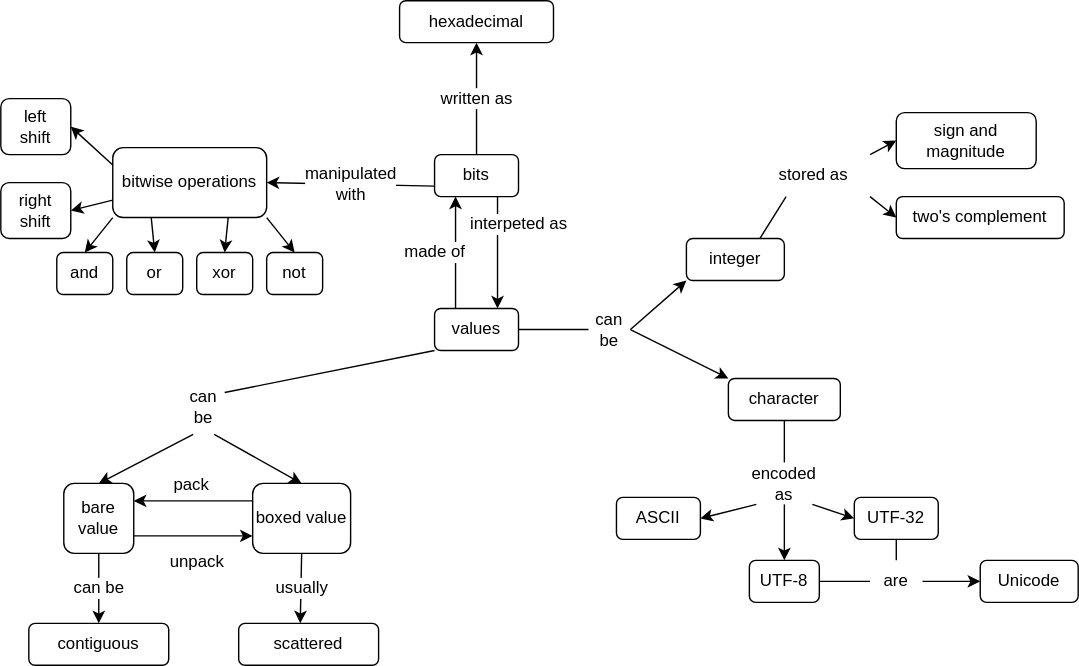
The draw.io diagram sdxpy/binary/concept_map.svg in gvwilson/thirdbit, before a commit. Source tidied: cells renumbered, new cells last; positions are measured from the earlier drawing's top-left corner, leaving out a move shared by most shapes.
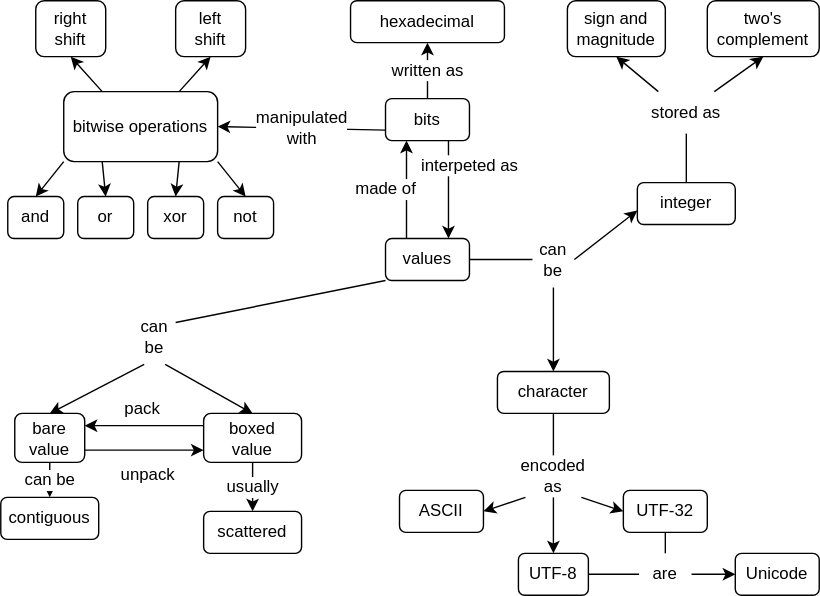
Above is the later version.

The edit, as a diff of the source:
```diff
@@ -3,22 +3,22 @@
     <mxCell id="0" />
     <mxCell id="1" parent="0" />
     <mxCell id="2" value="sign and magnitude" style="rounded=1;whiteSpace=wrap;html=1;labelBackgroundColor=none;sketch=0;fontFamily=Helvetica;fontSize=12;fillColor=none;" parent="1" vertex="1">
-      <mxGeometry x="640" y="80" width="100" height="40" as="geometry" />
+      <mxGeometry x="440" y="40" width="70" height="40" as="geometry" />
     </mxCell>
-    <mxCell id="3" value="two's complement" style="rounded=1;whiteSpace=wrap;html=1;labelBackgroundColor=none;sketch=0;fontFamily=Helvetica;fontSize=12;fillColor=none;" parent="1" vertex="1">
-      <mxGeometry x="640" y="140" width="120" height="30" as="geometry" />
+    <mxCell id="3" value="two's&lt;br&gt;complement" style="rounded=1;whiteSpace=wrap;html=1;labelBackgroundColor=none;sketch=0;fontFamily=Helvetica;fontSize=12;fillColor=none;" parent="1" vertex="1">
+      <mxGeometry x="540" y="40" width="80" height="40" as="geometry" />
     </mxCell>
     <mxCell id="4" value="integer" style="rounded=1;whiteSpace=wrap;html=1;labelBackgroundColor=none;sketch=0;fontFamily=Helvetica;fontSize=12;fillColor=none;" parent="1" vertex="1">
       <mxGeometry x="490" y="170" width="70" height="30" as="geometry" />
     </mxCell>
     <mxCell id="5" value="character" style="rounded=1;whiteSpace=wrap;html=1;labelBackgroundColor=none;sketch=0;fontFamily=Helvetica;fontSize=12;fillColor=none;" parent="1" vertex="1">
-      <mxGeometry x="520" y="270" width="80" height="30" as="geometry" />
+      <mxGeometry x="390" y="305" width="80" height="30" as="geometry" />
     </mxCell>
     <mxCell id="6" value="bits" style="rounded=1;whiteSpace=wrap;html=1;labelBackgroundColor=none;sketch=0;fontFamily=Helvetica;fontSize=12;fillColor=none;" parent="1" vertex="1">
       <mxGeometry x="310" y="110" width="60" height="30" as="geometry" />
     </mxCell>
     <mxCell id="7" value="hexadecimal" style="rounded=1;whiteSpace=wrap;html=1;labelBackgroundColor=none;sketch=0;fontFamily=Helvetica;fontSize=12;fillColor=none;" parent="1" vertex="1">
-      <mxGeometry x="285" width="110" height="30" as="geometry" />
+      <mxGeometry x="285" y="40" width="110" height="30" as="geometry" />
     </mxCell>
     <mxCell id="8" value="bitwise operations" style="rounded=1;whiteSpace=wrap;html=1;labelBackgroundColor=none;sketch=0;fontFamily=Helvetica;fontSize=12;fillColor=none;" parent="1" vertex="1">
       <mxGeometry x="80" y="105" width="110" height="50" as="geometry" />
@@ -35,56 +35,58 @@
     <mxCell id="12" value="not" style="rounded=1;whiteSpace=wrap;html=1;labelBackgroundColor=none;sketch=0;fontFamily=Helvetica;fontSize=12;fillColor=none;" parent="1" vertex="1">
       <mxGeometry x="190" y="180" width="40" height="30" as="geometry" />
     </mxCell>
-    <mxCell id="13" value="left&lt;br&gt;shift" style="rounded=1;whiteSpace=wrap;html=1;labelBackgroundColor=none;sketch=0;fontFamily=Helvetica;fontSize=12;fillColor=none;" parent="1" vertex="1">
-      <mxGeometry y="70" width="50" height="40" as="geometry" />
+    <mxCell id="13" value="left&lt;br style=&quot;font-size: 12px;&quot;&gt;shift" style="rounded=1;whiteSpace=wrap;html=1;labelBackgroundColor=none;sketch=0;fontFamily=Helvetica;fontSize=12;fillColor=none;" parent="1" vertex="1">
+      <mxGeometry x="160" y="40" width="50" height="40" as="geometry" />
     </mxCell>
-    <mxCell id="14" value="right&lt;br&gt;shift" style="rounded=1;whiteSpace=wrap;html=1;labelBackgroundColor=none;sketch=0;fontFamily=Helvetica;fontSize=12;fillColor=none;" parent="1" vertex="1">
-      <mxGeometry y="130" width="50" height="40" as="geometry" />
+    <mxCell id="14" value="right&lt;br style=&quot;font-size: 12px;&quot;&gt;shift" style="rounded=1;whiteSpace=wrap;html=1;labelBackgroundColor=none;sketch=0;fontFamily=Helvetica;fontSize=12;fillColor=none;" parent="1" vertex="1">
+      <mxGeometry x="60" y="40" width="50" height="40" as="geometry" />
     </mxCell>
     <mxCell id="15" value="ASCII" style="rounded=1;whiteSpace=wrap;html=1;labelBackgroundColor=none;sketch=0;fontFamily=Helvetica;fontSize=12;fillColor=none;" parent="1" vertex="1">
-      <mxGeometry x="440" y="355" width="60" height="30" as="geometry" />
+      <mxGeometry x="320" y="390" width="60" height="30" as="geometry" />
     </mxCell>
     <mxCell id="16" value="UTF-8" style="rounded=1;whiteSpace=wrap;html=1;labelBackgroundColor=none;sketch=0;fontFamily=Helvetica;fontSize=12;fillColor=none;" parent="1" vertex="1">
-      <mxGeometry x="535" y="400" width="50" height="30" as="geometry" />
+      <mxGeometry x="405" y="435" width="50" height="30" as="geometry" />
     </mxCell>
     <mxCell id="17" value="UTF-32" style="rounded=1;whiteSpace=wrap;html=1;labelBackgroundColor=none;sketch=0;fontFamily=Helvetica;fontSize=12;fillColor=none;" parent="1" vertex="1">
-      <mxGeometry x="610" y="355" width="60" height="30" as="geometry" />
+      <mxGeometry x="480" y="390" width="60" height="30" as="geometry" />
     </mxCell>
     <mxCell id="18" value="Unicode" style="rounded=1;whiteSpace=wrap;html=1;labelBackgroundColor=none;sketch=0;fontFamily=Helvetica;fontSize=12;fillColor=none;" parent="1" vertex="1">
-      <mxGeometry x="700" y="400" width="70" height="30" as="geometry" />
+      <mxGeometry x="560" y="435" width="60" height="30" as="geometry" />
     </mxCell>
     <mxCell id="19" value="bare value" style="rounded=1;whiteSpace=wrap;html=1;labelBackgroundColor=none;sketch=0;fontFamily=Helvetica;fontSize=12;fillColor=none;" parent="1" vertex="1">
-      <mxGeometry x="45" y="345" width="50" height="50" as="geometry" />
+      <mxGeometry x="45" y="335" width="50" height="35" as="geometry" />
     </mxCell>
-    <mxCell id="20" value="boxed value" style="rounded=1;whiteSpace=wrap;html=1;labelBackgroundColor=none;sketch=0;fontFamily=Helvetica;fontSize=12;fillColor=none;" parent="1" vertex="1">
-      <mxGeometry x="180" y="345" width="70" height="50" as="geometry" />
+    <mxCell id="20" value="boxed&lt;br&gt;value" style="rounded=1;whiteSpace=wrap;html=1;labelBackgroundColor=none;sketch=0;fontFamily=Helvetica;fontSize=12;fillColor=none;" parent="1" vertex="1">
+      <mxGeometry x="180" y="335" width="70" height="35" as="geometry" />
     </mxCell>
     <mxCell id="21" value="contiguous" style="rounded=1;whiteSpace=wrap;html=1;labelBackgroundColor=none;sketch=0;fontFamily=Helvetica;fontSize=12;fillColor=none;" parent="1" vertex="1">
-      <mxGeometry x="20" y="445" width="100" height="30" as="geometry" />
+      <mxGeometry x="35" y="395" width="70" height="30" as="geometry" />
     </mxCell>
     <mxCell id="22" value="scattered" style="rounded=1;whiteSpace=wrap;html=1;labelBackgroundColor=none;sketch=0;fontFamily=Helvetica;fontSize=12;fillColor=none;" parent="1" vertex="1">
-      <mxGeometry x="170" y="445" width="100" height="30" as="geometry" />
+      <mxGeometry x="180" y="405" width="70" height="30" as="geometry" />
     </mxCell>
-    <mxCell id="23" style="endArrow=classic;html=1;rounded=1;sketch=0;fontFamily=Helvetica;fontSize=12;entryX=0;entryY=1;entryDx=0;entryDy=0;exitX=1;exitY=0.5;exitDx=0;exitDy=0;" parent="1" edge="1" source="48" target="4">
-      <mxGeometry relative="1" as="geometry" />
+    <mxCell id="23" style="endArrow=classic;html=1;rounded=1;sketch=0;fontFamily=Helvetica;fontSize=12;entryX=0;entryY=1;entryDx=0;entryDy=0;exitX=1;exitY=0.5;exitDx=0;exitDy=0;" parent="1" edge="1" source="48">
+      <mxGeometry relative="1" as="geometry">
+        <mxPoint x="490" y="190" as="targetPoint" />
+      </mxGeometry>
     </mxCell>
-    <mxCell id="24" style="endArrow=classic;html=1;rounded=1;sketch=0;fontFamily=Helvetica;fontSize=12;entryX=0;entryY=0;entryDx=0;entryDy=0;exitX=1;exitY=0.5;exitDx=0;exitDy=0;" parent="1" edge="1" source="48" target="5">
+    <mxCell id="24" style="endArrow=classic;html=1;rounded=1;sketch=0;fontFamily=Helvetica;fontSize=12;entryX=0.5;entryY=0;entryDx=0;entryDy=0;exitX=0.5;exitY=1;exitDx=0;exitDy=0;" parent="1" edge="1" source="48" target="5">
       <mxGeometry relative="1" as="geometry" />
     </mxCell>
     <mxCell id="25" value="stored as" style="text;html=1;strokeColor=none;fillColor=none;align=center;verticalAlign=middle;whiteSpace=wrap;rounded=0;labelBackgroundColor=none;sketch=1;fontFamily=Helvetica;fontSize=12;" parent="1" vertex="1">
-      <mxGeometry x="541.2" y="110" width="80" height="30" as="geometry" />
+      <mxGeometry x="485" y="105" width="80" height="30" as="geometry" />
     </mxCell>
-    <mxCell id="26" style="endArrow=none;html=1;rounded=1;sketch=0;fontFamily=Helvetica;fontSize=12;entryX=0.25;entryY=1;entryDx=0;entryDy=0;exitX=0.75;exitY=0;exitDx=0;exitDy=0;" parent="1" edge="1" source="4" target="25">
+    <mxCell id="26" style="endArrow=none;html=1;rounded=1;sketch=0;fontFamily=Helvetica;fontSize=12;entryX=0.5;entryY=1;entryDx=0;entryDy=0;exitX=0.5;exitY=0;exitDx=0;exitDy=0;" parent="1" edge="1" source="4" target="25">
       <mxGeometry relative="1" as="geometry" />
     </mxCell>
-    <mxCell id="27" style="endArrow=classic;html=1;rounded=1;sketch=0;fontFamily=Helvetica;fontSize=12;entryX=0;entryY=0.5;entryDx=0;entryDy=0;exitX=1;exitY=0;exitDx=0;exitDy=0;" parent="1" edge="1" source="25" target="2">
+    <mxCell id="27" style="endArrow=classic;html=1;rounded=1;sketch=0;fontFamily=Helvetica;fontSize=12;entryX=0.5;entryY=1;entryDx=0;entryDy=0;exitX=0.25;exitY=0;exitDx=0;exitDy=0;" parent="1" edge="1" source="25" target="2">
       <mxGeometry relative="1" as="geometry" />
     </mxCell>
-    <mxCell id="28" style="endArrow=classic;html=1;rounded=1;sketch=0;fontFamily=Helvetica;fontSize=12;entryX=0;entryY=0.5;entryDx=0;entryDy=0;exitX=1;exitY=1;exitDx=0;exitDy=0;" parent="1" edge="1" source="25" target="3">
+    <mxCell id="28" style="endArrow=classic;html=1;rounded=1;sketch=0;fontFamily=Helvetica;fontSize=12;entryX=0.5;entryY=1;entryDx=0;entryDy=0;exitX=0.75;exitY=0;exitDx=0;exitDy=0;" parent="1" edge="1" source="25" target="3">
       <mxGeometry relative="1" as="geometry" />
     </mxCell>
-    <mxCell id="29" value="encoded&lt;br&gt;as" style="text;html=1;strokeColor=none;fillColor=none;align=center;verticalAlign=middle;whiteSpace=wrap;rounded=0;labelBackgroundColor=none;sketch=1;fontFamily=Helvetica;fontSize=12;" parent="1" vertex="1">
-      <mxGeometry x="520" y="330" width="80" height="30" as="geometry" />
+    <mxCell id="29" value="encoded&lt;br style=&quot;font-size: 12px;&quot;&gt;as" style="text;html=1;strokeColor=none;fillColor=none;align=center;verticalAlign=middle;whiteSpace=wrap;rounded=0;labelBackgroundColor=none;sketch=1;fontFamily=Helvetica;fontSize=12;" parent="1" vertex="1">
+      <mxGeometry x="390" y="365" width="80" height="30" as="geometry" />
     </mxCell>
     <mxCell id="30" style="endArrow=none;html=1;rounded=1;sketch=0;fontFamily=Helvetica;fontSize=12;entryX=0.5;entryY=1;entryDx=0;entryDy=0;exitX=0.5;exitY=0;exitDx=0;exitDy=0;" parent="1" edge="1" source="29" target="5">
       <mxGeometry relative="1" as="geometry" />
@@ -99,7 +101,7 @@
       <mxGeometry relative="1" as="geometry" />
     </mxCell>
     <mxCell id="34" value="are" style="text;html=1;strokeColor=none;fillColor=none;align=center;verticalAlign=middle;whiteSpace=wrap;rounded=0;labelBackgroundColor=none;sketch=1;fontFamily=Helvetica;fontSize=12;" parent="1" vertex="1">
-      <mxGeometry x="621.2" y="400" width="37.5" height="30" as="geometry" />
+      <mxGeometry x="491.2" y="435" width="37.5" height="30" as="geometry" />
     </mxCell>
     <mxCell id="35" style="endArrow=none;html=1;rounded=1;sketch=0;fontFamily=Helvetica;fontSize=12;exitX=1;exitY=0.5;exitDx=0;exitDy=0;entryX=0;entryY=0.5;entryDx=0;entryDy=0;" parent="1" edge="1" source="16" target="34">
       <mxGeometry relative="1" as="geometry" />
@@ -113,13 +115,13 @@
     <mxCell id="38" value="written as" style="endArrow=classic;html=1;rounded=1;sketch=0;fontFamily=Helvetica;fontSize=12;entryX=0.5;entryY=1;entryDx=0;entryDy=0;" parent="1" edge="1" source="6" target="7">
       <mxGeometry relative="1" as="geometry" />
     </mxCell>
-    <mxCell id="39" value="manipulated&lt;br&gt;with" style="endArrow=classic;html=1;rounded=1;sketch=0;fontFamily=Helvetica;fontSize=12;entryX=1;entryY=0.5;entryDx=0;entryDy=0;exitX=0;exitY=0.75;exitDx=0;exitDy=0;" parent="1" edge="1" source="6" target="8">
+    <mxCell id="39" value="manipulated&lt;br style=&quot;font-size: 12px;&quot;&gt;with" style="endArrow=classic;html=1;rounded=1;sketch=0;fontFamily=Helvetica;fontSize=12;entryX=1;entryY=0.5;entryDx=0;entryDy=0;exitX=0;exitY=0.75;exitDx=0;exitDy=0;" parent="1" edge="1" source="6" target="8">
       <mxGeometry relative="1" as="geometry" />
     </mxCell>
-    <mxCell id="40" style="endArrow=classic;html=1;rounded=1;sketch=0;fontFamily=Helvetica;fontSize=12;entryX=1;entryY=0.5;entryDx=0;entryDy=0;exitX=0;exitY=0.25;exitDx=0;exitDy=0;" parent="1" edge="1" source="8" target="13">
+    <mxCell id="40" style="endArrow=classic;html=1;rounded=1;sketch=0;fontFamily=Helvetica;fontSize=12;entryX=0.5;entryY=1;entryDx=0;entryDy=0;exitX=0.75;exitY=0;exitDx=0;exitDy=0;" parent="1" edge="1" source="8" target="13">
       <mxGeometry relative="1" as="geometry" />
     </mxCell>
-    <mxCell id="41" style="endArrow=classic;html=1;rounded=1;sketch=0;fontFamily=Helvetica;fontSize=12;entryX=1;entryY=0.5;entryDx=0;entryDy=0;exitX=0;exitY=0.75;exitDx=0;exitDy=0;" parent="1" edge="1" source="8" target="14">
+    <mxCell id="41" style="endArrow=classic;html=1;rounded=1;sketch=0;fontFamily=Helvetica;fontSize=12;entryX=0.5;entryY=1;entryDx=0;entryDy=0;exitX=0.25;exitY=0;exitDx=0;exitDy=0;" parent="1" edge="1" source="8" target="14">
       <mxGeometry relative="1" as="geometry" />
     </mxCell>
     <mxCell id="42" style="endArrow=classic;html=1;rounded=1;sketch=0;fontFamily=Helvetica;fontSize=12;entryX=0.5;entryY=0;entryDx=0;entryDy=0;exitX=0;exitY=1;exitDx=0;exitDy=0;" parent="1" edge="1" source="8" target="9">
@@ -134,14 +136,14 @@
     <mxCell id="45" style="endArrow=classic;html=1;rounded=1;sketch=0;fontFamily=Helvetica;fontSize=12;entryX=0.5;entryY=0;entryDx=0;entryDy=0;exitX=1;exitY=1;exitDx=0;exitDy=0;" parent="1" edge="1" source="8" target="12">
       <mxGeometry relative="1" as="geometry" />
     </mxCell>
-    <mxCell id="46" value="usually" style="endArrow=classic;html=1;rounded=1;sketch=0;fontFamily=Helvetica;fontSize=12;entryX=0.44;entryY=0;entryDx=0;entryDy=0;exitX=0.5;exitY=1;exitDx=0;exitDy=0;entryPerimeter=0;" parent="1" edge="1" source="20" target="22">
+    <mxCell id="46" value="usually" style="endArrow=classic;html=1;rounded=1;sketch=0;fontFamily=Helvetica;fontSize=12;exitX=0.5;exitY=1;exitDx=0;exitDy=0;entryX=0.5;entryY=0;entryDx=0;entryDy=0;" parent="1" edge="1" source="20" target="22">
       <mxGeometry relative="1" as="geometry" />
     </mxCell>
     <mxCell id="47" value="values" style="rounded=1;whiteSpace=wrap;html=1;labelBackgroundColor=none;sketch=0;fontFamily=Helvetica;fontSize=12;fillColor=none;" parent="1" vertex="1">
-      <mxGeometry x="310" y="220" width="60" height="30" as="geometry" />
+      <mxGeometry x="310" y="210" width="60" height="30" as="geometry" />
     </mxCell>
     <mxCell id="48" value="can be" style="text;html=1;strokeColor=none;fillColor=none;align=center;verticalAlign=middle;whiteSpace=wrap;rounded=0;labelBackgroundColor=none;sketch=1;fontFamily=Helvetica;fontSize=12;" parent="1" vertex="1">
-      <mxGeometry x="420" y="215" width="30" height="40" as="geometry" />
+      <mxGeometry x="415" y="205" width="30" height="40" as="geometry" />
     </mxCell>
     <mxCell id="49" value="made of" style="endArrow=classic;html=1;rounded=1;sketch=0;fontFamily=Helvetica;fontSize=12;entryX=0.25;entryY=1;entryDx=0;entryDy=0;exitX=0.25;exitY=0;exitDx=0;exitDy=0;" parent="1" edge="1" source="47" target="6">
       <mxGeometry y="15" relative="1" as="geometry" />
@@ -153,7 +155,7 @@
       <mxGeometry relative="1" as="geometry" />
     </mxCell>
     <mxCell id="52" value="can be" style="text;html=1;strokeColor=none;fillColor=none;align=center;verticalAlign=middle;whiteSpace=wrap;rounded=0;labelBackgroundColor=none;sketch=1;fontFamily=Helvetica;fontSize=12;" parent="1" vertex="1">
-      <mxGeometry x="130" y="270" width="30" height="40" as="geometry" />
+      <mxGeometry x="130" y="260" width="30" height="40" as="geometry" />
     </mxCell>
     <mxCell id="53" style="endArrow=none;html=1;rounded=1;sketch=0;fontFamily=Helvetica;fontSize=12;entryX=0;entryY=1;entryDx=0;entryDy=0;exitX=1;exitY=0.25;exitDx=0;exitDy=0;" parent="1" edge="1" source="52" target="47">
       <mxGeometry relative="1" as="geometry" />
```
